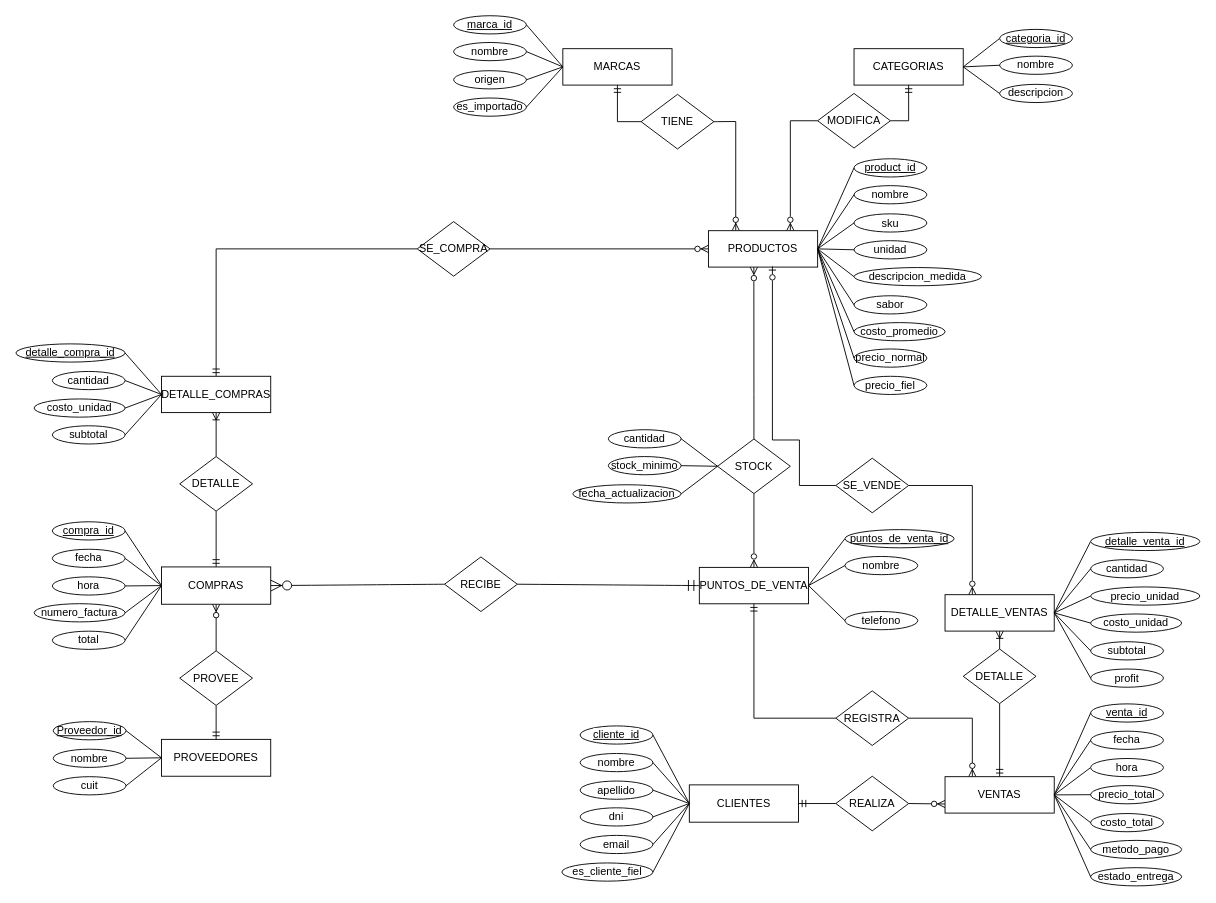
The draw.io diagram der.drawio in MarioSigal/TP_IBD, before the edit. Source tidied: cells renumbered, new cells numbered last; positions are measured from the earlier drawing's top-left corner, leaving out a move shared by most shapes. Both pictures are drawn from the tidied source at 91%, with x=0, y=0 at pixel (15, 15).
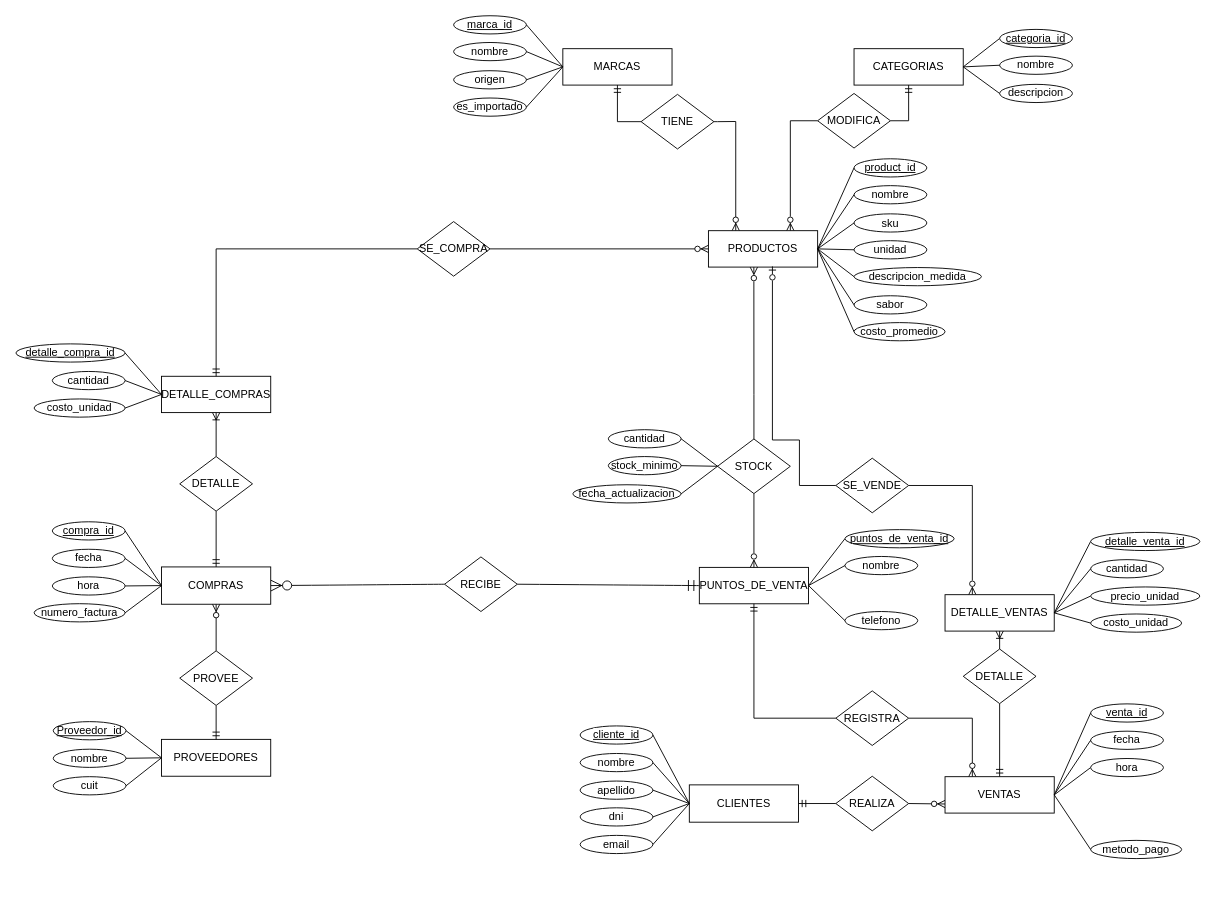
Above is the later version.

Unchanged cells that the change refers to:
```xml
<mxCell id="33" value="PRODUCTOS" style="rounded=0;whiteSpace=wrap;html=1;" parent="1" vertex="1">
  <mxGeometry x="761" y="236" width="120" height="40" as="geometry" />
</mxCell>
<mxCell id="48" value="CLIENTES" style="rounded=0;whiteSpace=wrap;html=1;" parent="1" vertex="1">
  <mxGeometry x="740" y="845" width="120" height="41" as="geometry" />
</mxCell>
<mxCell id="56" value="DETALLE_VENTAS" style="rounded=0;whiteSpace=wrap;html=1;" parent="1" vertex="1">
  <mxGeometry x="1021" y="636" width="120" height="40" as="geometry" />
</mxCell>
<mxCell id="65" value="VENTAS" style="rounded=0;whiteSpace=wrap;html=1;" parent="1" vertex="1">
  <mxGeometry x="1021" y="836" width="120" height="40" as="geometry" />
</mxCell>
<mxCell id="117" value="COMPRAS" style="rounded=0;whiteSpace=wrap;html=1;" parent="1" vertex="1">
  <mxGeometry x="160" y="605.5" width="120" height="41" as="geometry" />
</mxCell>
<mxCell id="128" value="DETALLE_COMPRAS" style="rounded=0;whiteSpace=wrap;html=1;" parent="1" vertex="1">
  <mxGeometry x="160" y="396" width="120" height="39.9" as="geometry" />
</mxCell>
```

Diff of the diagram source:
```diff
@@
-    <mxCell id="72" value="precio_total" style="ellipse;whiteSpace=wrap;html=1;" parent="1" vertex="1">
-      <mxGeometry x="1181" y="845.8" width="80" height="20" as="geometry" />
-    </mxCell>
-    <mxCell id="73" style="endArrow=none;html=1;rounded=0;exitX=0;exitY=0.5;exitDx=0;exitDy=0;entryX=1;entryY=0.5;entryDx=0;entryDy=0;" parent="1" edge="1" source="72" target="65">
-      <mxGeometry relative="1" as="geometry" />
-    </mxCell>
-    <mxCell id="74" value="subtotal" style="ellipse;whiteSpace=wrap;html=1;" parent="1" vertex="1">
-      <mxGeometry x="1181" y="687.7" width="80" height="20" as="geometry" />
-    </mxCell>
-    <mxCell id="75" value="profit" style="ellipse;whiteSpace=wrap;html=1;" parent="1" vertex="1">
-      <mxGeometry x="1181" y="717.7" width="80" height="20" as="geometry" />
-    </mxCell>
-    <mxCell id="76" style="endArrow=none;html=1;rounded=0;exitX=0;exitY=0.5;exitDx=0;exitDy=0;entryX=1;entryY=0.5;entryDx=0;entryDy=0;" parent="1" edge="1" source="74" target="56">
-      <mxGeometry relative="1" as="geometry" />
-    </mxCell>
-    <mxCell id="77" style="endArrow=none;html=1;rounded=0;exitX=0;exitY=0.5;exitDx=0;exitDy=0;entryX=1;entryY=0.5;entryDx=0;entryDy=0;" parent="1" edge="1" source="75" target="56">
-      <mxGeometry relative="1" as="geometry" />
-    </mxCell>
-    <mxCell id="78" value="costo_total" style="ellipse;whiteSpace=wrap;html=1;" parent="1" vertex="1">
-      <mxGeometry x="1181" y="876.5" width="80" height="20" as="geometry" />
-    </mxCell>
@@
-    <mxCell id="80" value="estado_entrega" style="ellipse;whiteSpace=wrap;html=1;" parent="1" vertex="1">
-      <mxGeometry x="1181" y="936" width="100" height="20" as="geometry" />
-    </mxCell>
-    <mxCell id="81" style="endArrow=none;html=1;rounded=0;exitX=0;exitY=0.5;exitDx=0;exitDy=0;entryX=1;entryY=0.5;entryDx=0;entryDy=0;" parent="1" edge="1" source="78" target="65">
-      <mxGeometry relative="1" as="geometry" />
-    </mxCell>
@@
-    <mxCell id="83" style="endArrow=none;html=1;rounded=0;exitX=0;exitY=0.5;exitDx=0;exitDy=0;entryX=1;entryY=0.5;entryDx=0;entryDy=0;" parent="1" edge="1" source="80" target="65">
-      <mxGeometry relative="1" as="geometry" />
-    </mxCell>
-    <mxCell id="84" value="precio_normal" style="ellipse;whiteSpace=wrap;html=1;" parent="1" vertex="1">
-      <mxGeometry x="921" y="366" width="80" height="20" as="geometry" />
-    </mxCell>
-    <mxCell id="85" style="rounded=0;jettySize=auto;html=1;exitX=0;exitY=0.5;exitDx=0;exitDy=0;endArrow=none;endFill=0;entryX=1;entryY=0.5;entryDx=0;entryDy=0;" parent="1" edge="1" source="87" target="33">
-      <mxGeometry relative="1" as="geometry" />
-    </mxCell>
-    <mxCell id="86" style="rounded=0;jettySize=auto;html=1;exitX=0;exitY=0.5;exitDx=0;exitDy=0;endArrow=none;endFill=0;entryX=1;entryY=0.5;entryDx=0;entryDy=0;" parent="1" edge="1" source="84" target="33">
-      <mxGeometry relative="1" as="geometry" />
-    </mxCell>
-    <mxCell id="87" value="precio_fiel" style="ellipse;whiteSpace=wrap;html=1;" parent="1" vertex="1">
-      <mxGeometry x="921" y="396" width="80" height="20" as="geometry" />
-    </mxCell>
@@
-    <mxCell id="92" value="es_cliente_fiel" style="ellipse;whiteSpace=wrap;html=1;" parent="1" vertex="1">
-      <mxGeometry x="600" y="930.8" width="100" height="20" as="geometry" />
-    </mxCell>
@@
-    <mxCell id="95" style="endArrow=none;html=1;rounded=0;entryX=0;entryY=0.5;entryDx=0;entryDy=0;exitX=1;exitY=0.5;exitDx=0;exitDy=0;" parent="1" edge="1" source="92" target="48">
-      <mxGeometry relative="1" as="geometry" />
-    </mxCell>
@@
-    <mxCell id="125" value="total" style="ellipse;whiteSpace=wrap;html=1;" parent="1" vertex="1">
-      <mxGeometry x="40" y="676.1" width="80" height="20" as="geometry" />
-    </mxCell>
@@
-    <mxCell id="127" style="endArrow=none;html=1;rounded=0;entryX=0;entryY=0.5;entryDx=0;entryDy=0;exitX=1;exitY=0.5;exitDx=0;exitDy=0;" parent="1" edge="1" source="125" target="117">
-      <mxGeometry relative="1" as="geometry" />
-    </mxCell>
@@
-    <mxCell id="135" value="subtotal" style="ellipse;whiteSpace=wrap;html=1;" parent="1" vertex="1">
-      <mxGeometry x="40" y="450.4" width="80" height="20" as="geometry" />
-    </mxCell>
-    <mxCell id="136" style="endArrow=none;html=1;rounded=0;entryX=0;entryY=0.5;entryDx=0;entryDy=0;exitX=1;exitY=0.5;exitDx=0;exitDy=0;" parent="1" edge="1" source="135" target="128">
-      <mxGeometry relative="1" as="geometry" />
-    </mxCell>
```
